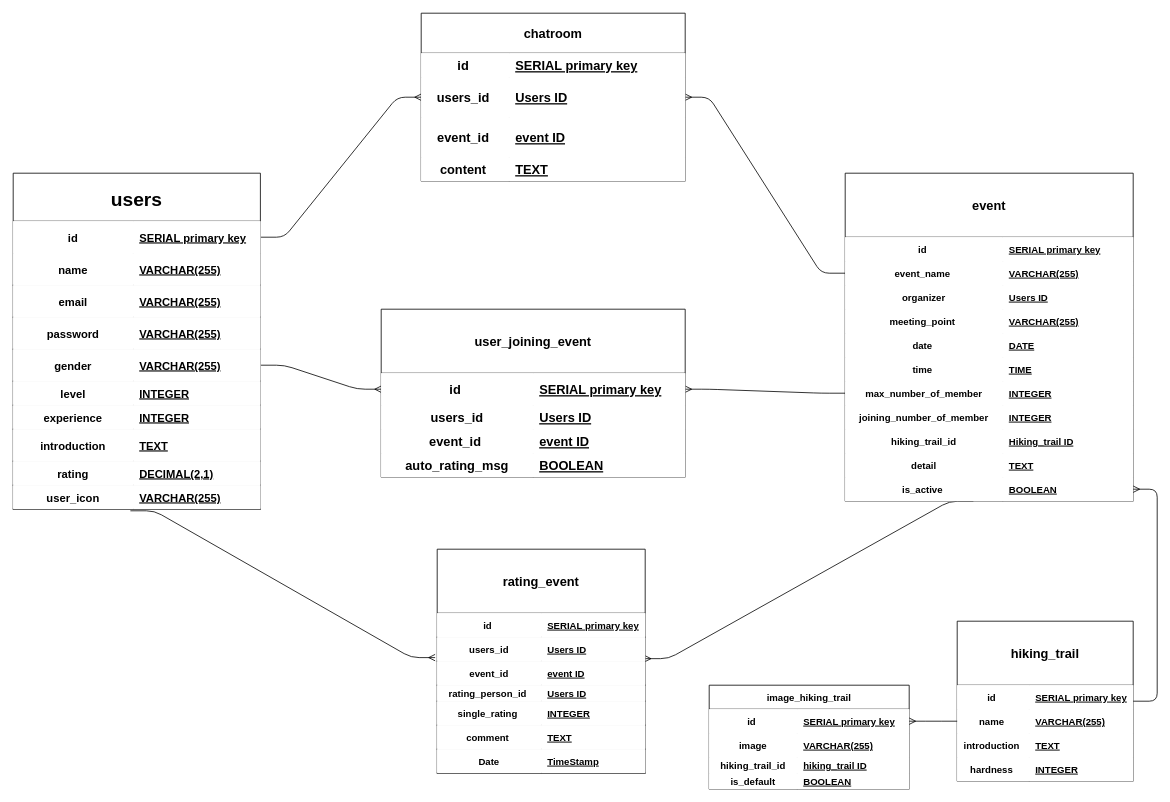
This is ERD/ERD.drawio from timven2004/letsHike, a draw.io file, before an edit. Source tidied: cells renumbered, new cells numbered last; positions are measured from the earlier drawing's top-left corner, leaving out a move shared by most shapes. Both pictures are drawn from the tidied source at 80%, with x=0, y=0 at pixel (13, 13).
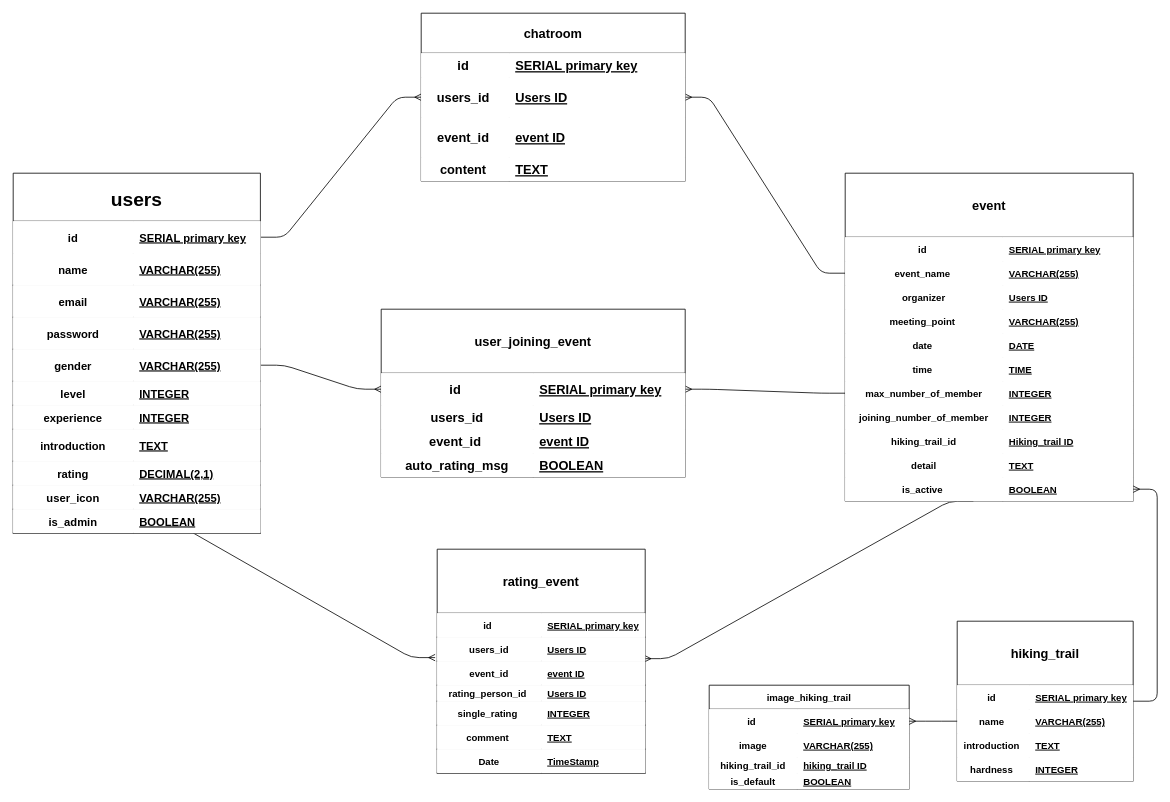
The same page after the edit.

Commit message (it also covers changes not shown here):
Updated database and new ADMIN LOGIN PAGE

What changed in the source:
```diff
@@
     <mxCell id="8" value="users" style="shape=table;startSize=60;childLayout=tableLayout;rowLines=0;fontStyle=1;align=center;gradientColor=none;fontSize=24;" parent="1" vertex="1">
-      <mxGeometry y="200" width="309" height="420" as="geometry" />
+      <mxGeometry y="200" width="309" height="450" as="geometry" />
     </mxCell>
@@
+    <mxCell id="149" style="shape=partialRectangle;top=0;left=0;bottom=1;right=0;fontSize=14;" parent="8" vertex="1">
+      <mxGeometry y="420" width="309" height="30" as="geometry" />
+    </mxCell>
+    <mxCell id="150" value="is_admin" style="shape=partialRectangle;top=0;left=0;bottom=0;right=0;fontStyle=1;overflow=hidden;fontSize=14;" parent="149" vertex="1">
+      <mxGeometry width="150" height="30" as="geometry" />
+    </mxCell>
+    <mxCell id="151" value="BOOLEAN" style="shape=partialRectangle;top=0;left=0;bottom=0;right=0;align=left;spacingLeft=6;fontStyle=5;overflow=hidden;fontSize=14;" parent="149" vertex="1">
+      <mxGeometry x="150" width="159" height="30" as="geometry" />
+    </mxCell>
```
